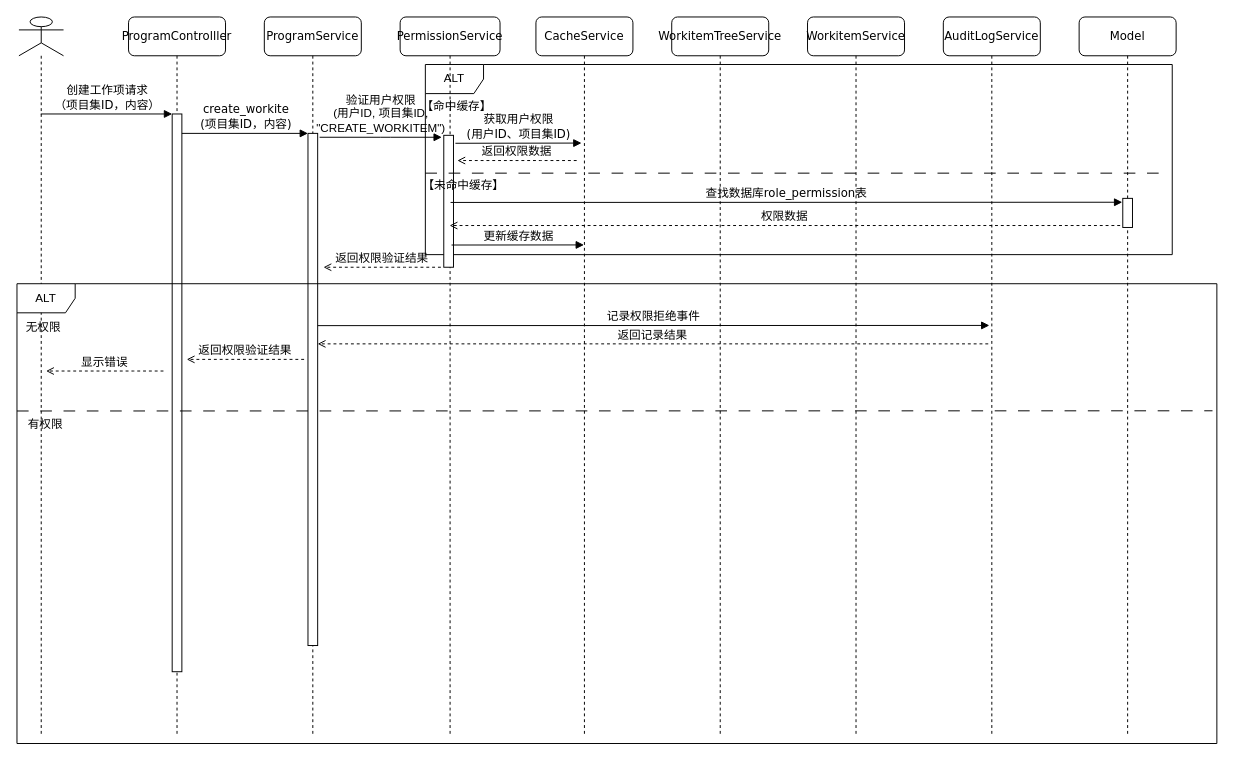
qf2020/drawio keeps this draw.io diagram as 项目集时序图.drawio. Above is the earlier version. Source tidied: cells renumbered, new cells numbered last; positions are measured from the earlier drawing's top-left corner, leaving out a move shared by most shapes. Both pictures are drawn from the tidied source at 97%, with x=0, y=0 at pixel (16, 16).
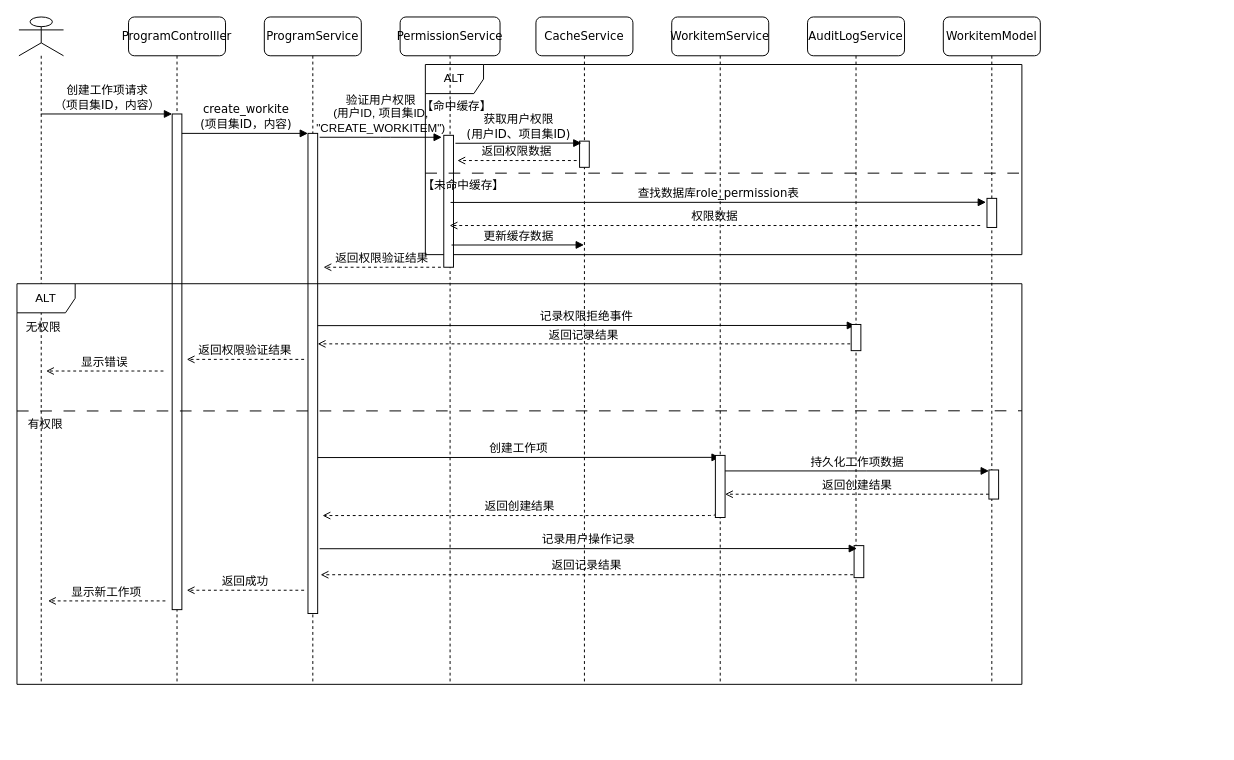
Above is the later version.

Commit message:
更新项目集时序图.drawio

The edit, as a diff of the source:
```diff
@@
     <mxCell id="2" value="ProgramControlller" style="shape=umlLifeline;perimeter=lifelinePerimeter;whiteSpace=wrap;html=1;rounded=1;shadow=0;comic=0;labelBackgroundColor=none;strokeWidth=1;fontFamily=Verdana;fontSize=12;align=center;" parent="1" vertex="1">
-      <mxGeometry x="115" width="100" height="740" as="geometry" />
+      <mxGeometry x="115" width="100" height="688" as="geometry" />
     </mxCell>
     <mxCell id="3" style="html=1;points=[];perimeter=orthogonalPerimeter;rounded=0;shadow=0;comic=0;labelBackgroundColor=none;strokeWidth=1;fontFamily=Verdana;fontSize=12;align=center;" parent="2" vertex="1">
-      <mxGeometry x="45" y="100" width="10" height="575" as="geometry" />
+      <mxGeometry x="45" y="100" width="10" height="511" as="geometry" />
     </mxCell>
@@
     <mxCell id="5" value="ALT" style="shape=umlFrame;whiteSpace=wrap;html=1;" parent="1" vertex="1">
-      <mxGeometry x="421" y="49" width="770" height="196" as="geometry" />
+      <mxGeometry x="421" y="49" width="615" height="196" as="geometry" />
     </mxCell>
     <mxCell id="6" value="ProgramService" style="shape=umlLifeline;perimeter=lifelinePerimeter;whiteSpace=wrap;html=1;rounded=1;shadow=0;comic=0;labelBackgroundColor=none;strokeWidth=1;fontFamily=Verdana;fontSize=12;align=center;" parent="1" vertex="1">
-      <mxGeometry x="255" width="100" height="740" as="geometry" />
+      <mxGeometry x="255" width="100" height="688" as="geometry" />
     </mxCell>
     <mxCell id="7" style="html=1;points=[];perimeter=orthogonalPerimeter;rounded=0;shadow=0;comic=0;labelBackgroundColor=none;strokeWidth=1;fontFamily=Verdana;fontSize=12;align=center;" parent="6" vertex="1">
-      <mxGeometry x="45" y="120" width="10" height="528" as="geometry" />
+      <mxGeometry x="45" y="120" width="10" height="495" as="geometry" />
     </mxCell>
     <mxCell id="8" value="CacheService" style="shape=umlLifeline;perimeter=lifelinePerimeter;whiteSpace=wrap;html=1;rounded=1;shadow=0;comic=0;labelBackgroundColor=none;strokeWidth=1;fontFamily=Verdana;fontSize=12;align=center;" parent="1" vertex="1">
-      <mxGeometry x="535" width="100" height="740" as="geometry" />
+      <mxGeometry x="535" width="100" height="688" as="geometry" />
     </mxCell>
@@
     <mxCell id="10" value="返回记录结果" style="html=1;verticalAlign=bottom;endArrow=open;dashed=1;endSize=6;labelBackgroundColor=none;fontFamily=Verdana;fontSize=12;edgeStyle=elbowEdgeStyle;elbow=vertical;jumpSize=6;" parent="8" edge="1">
       <mxGeometry relative="1" as="geometry">
-        <mxPoint x="466.3" y="337" as="sourcePoint" />
+        <mxPoint x="324" y="337" as="sourcePoint" />
         <mxPoint x="-225" y="337" as="targetPoint" />
         <Array as="points">
           <mxPoint x="281.3" y="337" />
           <mxPoint x="311.3" y="337" />
         </Array>
       </mxGeometry>
     </mxCell>
+    <mxCell id="36" style="html=1;perimeter=orthogonalPerimeter;rounded=0;shadow=0;comic=0;labelBackgroundColor=none;strokeWidth=1;fontFamily=Verdana;fontSize=12;align=center;" parent="8" vertex="1">
+      <mxGeometry x="45" y="128" width="10" height="27" as="geometry" />
+    </mxCell>
     <mxCell id="11" value="PermissionService" style="shape=umlLifeline;perimeter=lifelinePerimeter;whiteSpace=wrap;html=1;rounded=1;shadow=0;comic=0;labelBackgroundColor=none;strokeWidth=1;fontFamily=Verdana;fontSize=12;align=center;" parent="1" vertex="1">
-      <mxGeometry x="395" width="103" height="740" as="geometry" />
+      <mxGeometry x="395" width="103" height="688" as="geometry" />
     </mxCell>
@@
     <mxCell id="15" value="记录权限拒绝事件" style="html=1;verticalAlign=bottom;endArrow=block;labelBackgroundColor=none;fontFamily=Verdana;fontSize=12;edgeStyle=elbowEdgeStyle;elbow=vertical;" parent="11" edge="1">
       <mxGeometry relative="1" as="geometry">
         <mxPoint x="-85" y="318.2" as="sourcePoint" />
-        <mxPoint x="607.5" y="318" as="targetPoint" />
+        <mxPoint x="469" y="318" as="targetPoint" />
       </mxGeometry>
     </mxCell>
-    <mxCell id="16" value="WorkitemTreeService" style="shape=umlLifeline;perimeter=lifelinePerimeter;whiteSpace=wrap;html=1;rounded=1;shadow=0;comic=0;labelBackgroundColor=none;strokeWidth=1;fontFamily=Verdana;fontSize=12;align=center;" parent="1" vertex="1">
-      <mxGeometry x="675" width="100" height="740" as="geometry" />
-    </mxCell>
     <mxCell id="17" value="WorkitemService" style="shape=umlLifeline;perimeter=lifelinePerimeter;whiteSpace=wrap;html=1;outlineConnect=0;rounded=1;shadow=0;comic=0;labelBackgroundColor=none;strokeWidth=1;fontFamily=Verdana;fontSize=12;align=center;" parent="1" vertex="1">
-      <mxGeometry x="815" width="100" height="740" as="geometry" />
+      <mxGeometry x="675" width="100" height="688" as="geometry" />
     </mxCell>
@@
-    <mxCell id="20" value="AuditLogService" style="shape=umlLifeline;perimeter=lifelinePerimeter;whiteSpace=wrap;html=1;rounded=1;shadow=0;comic=0;labelBackgroundColor=none;strokeWidth=1;fontFamily=Verdana;fontSize=12;align=center;" parent="1" vertex="1">
-      <mxGeometry x="955" width="100" height="740" as="geometry" />
-    </mxCell>
     <mxCell id="21" style="shape=umlLifeline;perimeter=lifelinePerimeter;whiteSpace=wrap;html=1;outlineConnect=0;portConstraint=eastwest;newEdgeStyle={&quot;curved&quot;:0,&quot;rounded&quot;:0};participant=umlActor;" parent="1" vertex="1">
-      <mxGeometry x="2" width="46" height="740" as="geometry" />
+      <mxGeometry x="2" width="46" height="688" as="geometry" />
     </mxCell>
@@
-    <mxCell id="23" value="Model" style="shape=umlLifeline;perimeter=lifelinePerimeter;whiteSpace=wrap;html=1;rounded=1;shadow=0;comic=0;labelBackgroundColor=none;strokeWidth=1;fontFamily=Verdana;fontSize=12;align=center;" parent="1" vertex="1">
-      <mxGeometry x="1095" width="100" height="740" as="geometry" />
+    <mxCell id="23" value="WorkitemModel" style="shape=umlLifeline;perimeter=lifelinePerimeter;whiteSpace=wrap;html=1;rounded=1;shadow=0;comic=0;labelBackgroundColor=none;strokeWidth=1;fontFamily=Verdana;fontSize=12;align=center;" parent="1" vertex="1">
+      <mxGeometry x="955" width="100" height="688" as="geometry" />
     </mxCell>
@@
     <mxCell id="27" style="endArrow=none;html=1;rounded=0;dashed=1;dashPattern=12 12;" parent="1" edge="1">
       <mxGeometry relative="1" as="geometry">
         <mxPoint x="421" y="161" as="sourcePoint" />
-        <mxPoint x="1188" y="161" as="targetPoint" />
+        <mxPoint x="1036" y="161" as="targetPoint" />
       </mxGeometry>
     </mxCell>
     <mxCell id="28" value="权限数据" style="html=1;verticalAlign=bottom;endArrow=open;dashed=1;endSize=6;labelBackgroundColor=none;fontFamily=Verdana;fontSize=12;edgeStyle=elbowEdgeStyle;elbow=vertical;jumpSize=6;" parent="1" edge="1">
       <mxGeometry relative="1" as="geometry">
-        <mxPoint x="1137.3" y="215" as="sourcePoint" />
+        <mxPoint x="993" y="215" as="sourcePoint" />
         <mxPoint x="446" y="215" as="targetPoint" />
         <Array as="points">
           <mxPoint x="952.3" y="215" />
           <mxPoint x="982.3" y="215" />
         </Array>
       </mxGeometry>
     </mxCell>
     <mxCell id="29" value="查找数据库role_permission表" style="html=1;verticalAlign=bottom;endArrow=block;labelBackgroundColor=none;fontFamily=Verdana;fontSize=12;edgeStyle=elbowEdgeStyle;elbow=vertical;" parent="1" edge="1">
       <mxGeometry relative="1" as="geometry">
         <mxPoint x="447" y="191.2" as="sourcePoint" />
-        <mxPoint x="1139.5" y="191" as="targetPoint" />
+        <mxPoint x="999" y="191" as="targetPoint" />
       </mxGeometry>
     </mxCell>
@@
     <mxCell id="32" value="ALT" style="shape=umlFrame;whiteSpace=wrap;html=1;" parent="1" vertex="1">
-      <mxGeometry y="275" width="1237" height="474" as="geometry" />
+      <mxGeometry y="275" width="1036" height="413" as="geometry" />
     </mxCell>
-    <mxCell id="33" style="endArrow=none;html=1;rounded=0;dashed=1;dashPattern=12 12;entryX=0.998;entryY=0.354;entryDx=0;entryDy=0;entryPerimeter=0;" parent="1" edge="1">
+    <mxCell id="33" style="endArrow=none;html=1;rounded=0;dashed=1;dashPattern=12 12;" parent="1" edge="1">
       <mxGeometry relative="1" as="geometry">
         <mxPoint y="406.2" as="sourcePoint" />
-        <mxPoint x="1232.5" y="406" as="targetPoint" />
+        <mxPoint x="1036" y="406" as="targetPoint" />
       </mxGeometry>
     </mxCell>
@@
+    <mxCell id="37" value="创建工作项" style="html=1;verticalAlign=bottom;endArrow=block;labelBackgroundColor=none;fontFamily=Verdana;fontSize=12;edgeStyle=elbowEdgeStyle;elbow=vertical;" parent="1" edge="1" target="17">
+      <mxGeometry relative="1" as="geometry">
+        <mxPoint x="310" y="454.2" as="sourcePoint" />
+      </mxGeometry>
+    </mxCell>
+    <mxCell id="38" value="持久化工作项数据" style="html=1;verticalAlign=bottom;endArrow=block;labelBackgroundColor=none;fontFamily=Verdana;fontSize=12;edgeStyle=elbowEdgeStyle;elbow=vertical;" parent="1" edge="1" source="46">
+      <mxGeometry relative="1" as="geometry">
+        <mxPoint x="1002" y="468" as="targetPoint" />
+      </mxGeometry>
+    </mxCell>
+    <mxCell id="39" value="返回创建结果" style="html=1;verticalAlign=bottom;endArrow=open;dashed=1;endSize=6;labelBackgroundColor=none;fontFamily=Verdana;fontSize=12;edgeStyle=elbowEdgeStyle;elbow=vertical;jumpSize=6;" parent="1" edge="1">
+      <mxGeometry relative="1" as="geometry">
+        <mxPoint x="1002" y="492" as="sourcePoint" />
+        <mxPoint x="730" y="492" as="targetPoint" />
+        <Array as="points">
+          <mxPoint x="961.3" y="492" />
+          <mxPoint x="991.3" y="492" />
+        </Array>
+      </mxGeometry>
+    </mxCell>
+    <mxCell id="40" value="返回创建结果" style="html=1;verticalAlign=bottom;endArrow=open;dashed=1;endSize=6;labelBackgroundColor=none;fontFamily=Verdana;fontSize=12;edgeStyle=elbowEdgeStyle;elbow=vertical;jumpSize=6;" parent="1" edge="1">
+      <mxGeometry relative="1" as="geometry">
+        <mxPoint x="720" y="512" as="sourcePoint" />
+        <mxPoint x="315" y="514" as="targetPoint" />
+        <Array as="points">
+          <mxPoint x="821.3" y="514" />
+          <mxPoint x="851.3" y="514" />
+        </Array>
+      </mxGeometry>
+    </mxCell>
+    <mxCell id="41" value="返回记录结果" style="html=1;verticalAlign=bottom;endArrow=open;dashed=1;endSize=6;labelBackgroundColor=none;fontFamily=Verdana;fontSize=12;edgeStyle=elbowEdgeStyle;elbow=vertical;jumpSize=6;" parent="1" edge="1">
+      <mxGeometry relative="1" as="geometry">
+        <mxPoint x="862" y="575" as="sourcePoint" />
+        <mxPoint x="313" y="575" as="targetPoint" />
+        <Array as="points">
+          <mxPoint x="819.3" y="575" />
+          <mxPoint x="849.3" y="575" />
+        </Array>
+      </mxGeometry>
+    </mxCell>
+    <mxCell id="42" value="返回成功" style="html=1;verticalAlign=bottom;endArrow=open;dashed=1;endSize=6;labelBackgroundColor=none;fontFamily=Verdana;fontSize=12;edgeStyle=elbowEdgeStyle;elbow=horizontal;jumpSize=6;" parent="1" edge="1">
+      <mxGeometry x="0.01" relative="1" as="geometry">
+        <mxPoint x="296" y="591" as="sourcePoint" />
+        <mxPoint x="175" y="591" as="targetPoint" />
+        <Array as="points">
+          <mxPoint x="255" y="605" />
+          <mxPoint x="285" y="605" />
+        </Array>
+      </mxGeometry>
+    </mxCell>
+    <mxCell id="43" value="显示新工作项" style="html=1;verticalAlign=bottom;endArrow=open;dashed=1;endSize=6;labelBackgroundColor=none;fontFamily=Verdana;fontSize=12;edgeStyle=elbowEdgeStyle;elbow=horizontal;jumpSize=6;" parent="1" edge="1">
+      <mxGeometry x="0.01" relative="1" as="geometry">
+        <mxPoint x="153" y="602" as="sourcePoint" />
+        <mxPoint x="32" y="602" as="targetPoint" />
+        <Array as="points">
+          <mxPoint x="112" y="616" />
+          <mxPoint x="142" y="616" />
+        </Array>
+      </mxGeometry>
+    </mxCell>
+    <mxCell id="44" style="html=1;perimeter=orthogonalPerimeter;rounded=0;shadow=0;comic=0;labelBackgroundColor=none;strokeWidth=1;fontFamily=Verdana;fontSize=12;align=center;" parent="1" vertex="1">
+      <mxGeometry x="1002" y="467" width="10" height="30" as="geometry" />
+    </mxCell>
+    <mxCell id="45" style="html=1;verticalAlign=bottom;endArrow=block;labelBackgroundColor=none;fontFamily=Verdana;fontSize=12;edgeStyle=elbowEdgeStyle;elbow=vertical;" parent="1" edge="1" target="46">
+      <mxGeometry relative="1" as="geometry">
+        <mxPoint x="726" y="468.2" as="sourcePoint" />
+      </mxGeometry>
+    </mxCell>
+    <mxCell id="46" style="html=1;points=[];perimeter=orthogonalPerimeter;rounded=0;shadow=0;comic=0;labelBackgroundColor=none;strokeWidth=1;fontFamily=Verdana;fontSize=12;align=center;" parent="1" vertex="1">
+      <mxGeometry x="720" y="452" width="10" height="64" as="geometry" />
+    </mxCell>
+    <mxCell id="20" value="AuditLogService" style="shape=umlLifeline;perimeter=lifelinePerimeter;whiteSpace=wrap;html=1;rounded=1;shadow=0;comic=0;labelBackgroundColor=none;strokeWidth=1;fontFamily=Verdana;fontSize=12;align=center;" parent="1" vertex="1">
+      <mxGeometry x="815" width="100" height="688" as="geometry" />
+    </mxCell>
+    <mxCell id="47" style="html=1;perimeter=orthogonalPerimeter;rounded=0;shadow=0;comic=0;labelBackgroundColor=none;strokeWidth=1;fontFamily=Verdana;fontSize=12;align=center;" parent="20" vertex="1">
+      <mxGeometry x="45" y="317" width="10" height="27" as="geometry" />
+    </mxCell>
+    <mxCell id="48" style="html=1;perimeter=orthogonalPerimeter;rounded=0;shadow=0;comic=0;labelBackgroundColor=none;strokeWidth=1;fontFamily=Verdana;fontSize=12;align=center;" parent="1" vertex="1">
+      <mxGeometry x="863" y="545" width="10" height="33" as="geometry" />
+    </mxCell>
+    <mxCell id="49" value="记录用户操作记录" style="html=1;verticalAlign=bottom;endArrow=block;labelBackgroundColor=none;fontFamily=Verdana;fontSize=12;edgeStyle=elbowEdgeStyle;elbow=vertical;" parent="1" edge="1">
+      <mxGeometry relative="1" as="geometry">
+        <mxPoint x="312" y="548.2" as="sourcePoint" />
+        <mxPoint x="866" y="548" as="targetPoint" />
+      </mxGeometry>
+    </mxCell>
```
